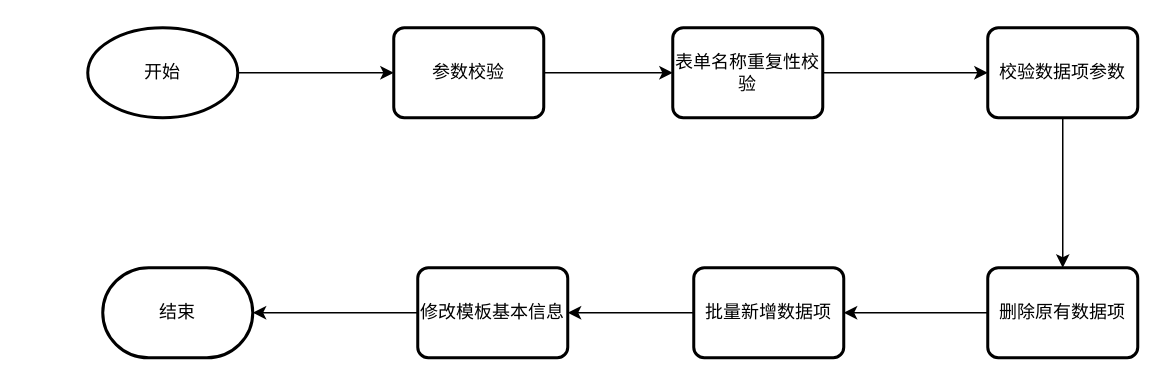
This is 数据填报-模板修改.drawio from weiqingping/dw, a draw.io file, before an edit. Source tidied: cells renumbered, new cells numbered last; positions are measured from the earlier drawing's top-left corner, leaving out a move shared by most shapes. Both pictures are drawn from the tidied source at 150%, with x=0, y=0 at pixel (87, 27).
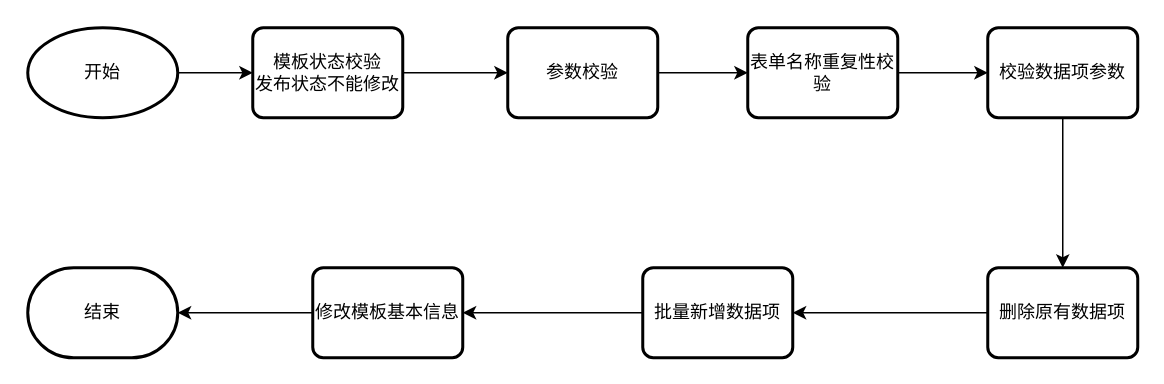
The same diagram, later.

Commit message (it also covers changes not shown here):
更新数据填报-模板修改.drawio

The edit, as a diff of the source:
```diff
@@
 <mxGraphModel>
   <root>
     <mxCell id="0" />
     <mxCell id="1" parent="0" />
-    <mxCell id="2" style="edgeStyle=orthogonalEdgeStyle;rounded=0;jettySize=auto;html=1;" parent="1" edge="1" source="3" target="5">
-      <mxGeometry relative="1" as="geometry" />
-    </mxCell>
+    <mxCell id="17" style="edgeStyle=orthogonalEdgeStyle;rounded=0;jettySize=auto;html=1;" parent="1" edge="1" source="3" target="19">
+      <mxGeometry relative="1" as="geometry" />
+    </mxCell>
     <mxCell id="3" value="开始" style="strokeWidth=2;html=1;shape=mxgraph.flowchart.start_1;whiteSpace=wrap;" parent="1" vertex="1">
-      <mxGeometry width="100" height="60" as="geometry" />
+      <mxGeometry x="-40" width="100" height="60" as="geometry" />
     </mxCell>
     <mxCell id="4" style="edgeStyle=orthogonalEdgeStyle;rounded=0;jettySize=auto;html=1;" parent="1" edge="1" source="5" target="7">
       <mxGeometry relative="1" as="geometry" />
     </mxCell>
     <mxCell id="5" value="参数校验" style="rounded=1;whiteSpace=wrap;html=1;absoluteArcSize=1;arcSize=14;strokeWidth=2;" parent="1" vertex="1">
-      <mxGeometry x="204" width="100" height="60" as="geometry" />
+      <mxGeometry x="280" width="100" height="60" as="geometry" />
     </mxCell>
     <mxCell id="6" style="edgeStyle=orthogonalEdgeStyle;rounded=0;jettySize=auto;html=1;" parent="1" edge="1" source="7" target="9">
       <mxGeometry relative="1" as="geometry" />
     </mxCell>
     <mxCell id="7" value="表单名称重复性校验" style="rounded=1;whiteSpace=wrap;html=1;absoluteArcSize=1;arcSize=14;strokeWidth=2;" parent="1" vertex="1">
-      <mxGeometry x="390" width="100" height="60" as="geometry" />
+      <mxGeometry x="440" width="100" height="60" as="geometry" />
     </mxCell>
     <mxCell id="8" style="edgeStyle=orthogonalEdgeStyle;rounded=0;jettySize=auto;html=1;" parent="1" edge="1" source="9" target="12">
       <mxGeometry relative="1" as="geometry" />
     </mxCell>
     <mxCell id="9" value="校验数据项参数" style="rounded=1;whiteSpace=wrap;html=1;absoluteArcSize=1;arcSize=14;strokeWidth=2;" parent="1" vertex="1">
       <mxGeometry x="600" width="100" height="60" as="geometry" />
     </mxCell>
     <mxCell id="10" value="结束" style="strokeWidth=2;html=1;shape=mxgraph.flowchart.terminator;whiteSpace=wrap;" parent="1" vertex="1">
-      <mxGeometry x="10" y="160" width="100" height="60" as="geometry" />
+      <mxGeometry x="-40" y="160" width="100" height="60" as="geometry" />
     </mxCell>
     <mxCell id="11" style="edgeStyle=orthogonalEdgeStyle;rounded=0;jettySize=auto;html=1;" parent="1" edge="1" source="12" target="14">
       <mxGeometry relative="1" as="geometry" />
     </mxCell>
     <mxCell id="12" value="删除原有数据项" style="rounded=1;whiteSpace=wrap;html=1;absoluteArcSize=1;arcSize=14;strokeWidth=2;" parent="1" vertex="1">
       <mxGeometry x="600" y="160" width="100" height="60" as="geometry" />
     </mxCell>
     <mxCell id="13" style="edgeStyle=orthogonalEdgeStyle;rounded=0;jettySize=auto;html=1;" parent="1" edge="1" source="14" target="16">
       <mxGeometry relative="1" as="geometry" />
     </mxCell>
     <mxCell id="14" value="批量新增数据项" style="rounded=1;whiteSpace=wrap;html=1;absoluteArcSize=1;arcSize=14;strokeWidth=2;" parent="1" vertex="1">
-      <mxGeometry x="404" y="160" width="100" height="60" as="geometry" />
+      <mxGeometry x="370" y="160" width="100" height="60" as="geometry" />
     </mxCell>
     <mxCell id="15" style="edgeStyle=orthogonalEdgeStyle;rounded=0;jettySize=auto;html=1;" parent="1" edge="1" source="16" target="10">
       <mxGeometry relative="1" as="geometry" />
     </mxCell>
     <mxCell id="16" value="修改模板基本信息" style="rounded=1;whiteSpace=wrap;html=1;absoluteArcSize=1;arcSize=14;strokeWidth=2;" parent="1" vertex="1">
-      <mxGeometry x="220" y="160" width="100" height="60" as="geometry" />
+      <mxGeometry x="150" y="160" width="100" height="60" as="geometry" />
     </mxCell>
+    <mxCell id="18" style="edgeStyle=orthogonalEdgeStyle;rounded=0;jettySize=auto;html=1;" parent="1" edge="1" source="19" target="5">
+      <mxGeometry relative="1" as="geometry" />
+    </mxCell>
+    <mxCell id="19" value="模板状态校验&lt;br&gt;发布状态不能修改" style="rounded=1;whiteSpace=wrap;html=1;absoluteArcSize=1;arcSize=14;strokeWidth=2;" parent="1" vertex="1">
+      <mxGeometry x="110" width="100" height="60" as="geometry" />
+    </mxCell>
   </root>
 </mxGraphModel>
```
